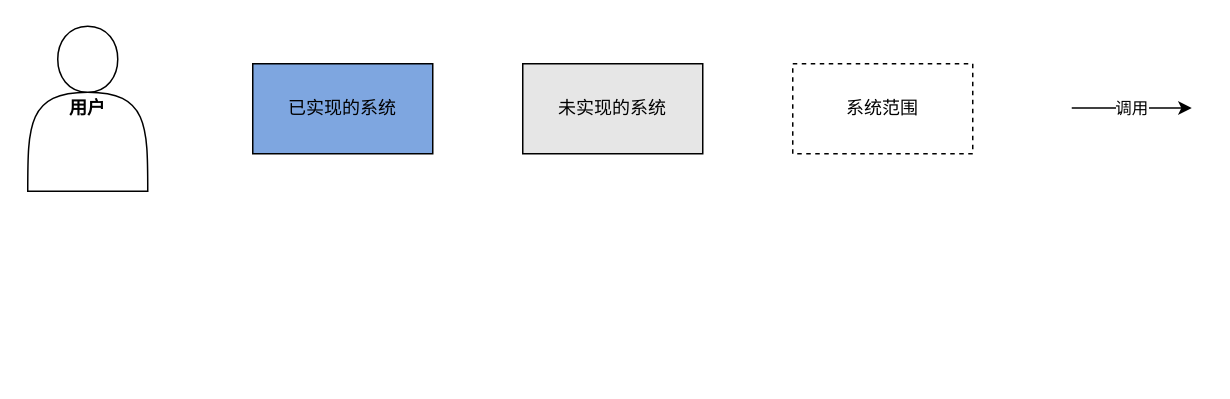
Earlier version of the draw.io diagram 下载管理系统/符号说明.drawio (cui2000/uml). Source tidied: cells renumbered, new cells numbered last; positions are measured from the earlier drawing's top-left corner, leaving out a move shared by most shapes. Both pictures are drawn from the tidied source at 150%, with x=0, y=0 at pixel (27, 26).
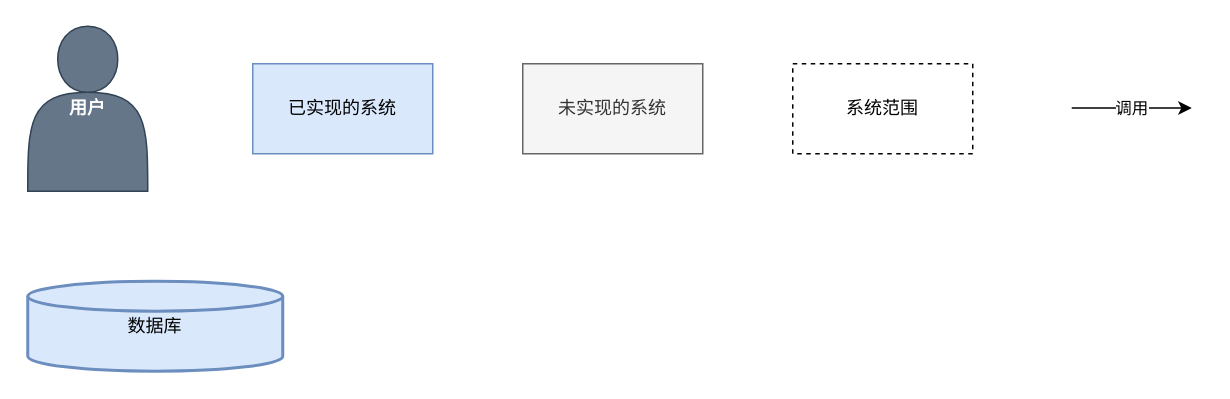
The same diagram, later.

Commit message:
更新符号说明.drawio

The edit, as a diff of the source:
```diff
@@
 <mxGraphModel>
   <root>
     <mxCell id="0" />
     <mxCell id="1" parent="0" />
-    <mxCell id="2" value="已实现的系统" style="rounded=0;whiteSpace=wrap;html=1;fillColor=#7EA6E0;" parent="1" vertex="1">
+    <mxCell id="2" value="已实现的系统" style="rounded=0;whiteSpace=wrap;html=1;fillColor=#dae8fc;strokeColor=#6c8ebf;" parent="1" vertex="1">
       <mxGeometry x="150" y="25" width="120" height="60" as="geometry" />
     </mxCell>
-    <mxCell id="3" value="&lt;b&gt;用户&lt;/b&gt;" style="shape=actor;whiteSpace=wrap;html=1;" parent="1" vertex="1">
+    <mxCell id="3" value="&lt;b&gt;用户&lt;/b&gt;" style="shape=actor;whiteSpace=wrap;html=1;fillColor=#647687;strokeColor=#314354;fontColor=#ffffff;" parent="1" vertex="1">
       <mxGeometry width="80" height="110" as="geometry" />
     </mxCell>
-    <mxCell id="4" value="未实现的系统" style="rounded=0;whiteSpace=wrap;html=1;fillColor=#E6E6E6;" parent="1" vertex="1">
+    <mxCell id="4" value="未实现的系统" style="rounded=0;whiteSpace=wrap;html=1;fillColor=#f5f5f5;strokeColor=#666666;fontColor=#333333;" parent="1" vertex="1">
       <mxGeometry x="330" y="25" width="120" height="60" as="geometry" />
     </mxCell>
     <mxCell id="5" value="系统范围" style="rounded=0;whiteSpace=wrap;html=1;fillColor=#FFFFFF;dashed=1;" parent="1" vertex="1">
       <mxGeometry x="510" y="25" width="120" height="60" as="geometry" />
     </mxCell>
     <mxCell id="6" value="调用" style="endArrow=classic;html=1;" parent="1" edge="1">
       <mxGeometry relative="1" as="geometry">
         <mxPoint x="696" y="54.5" as="sourcePoint" />
         <mxPoint x="776" y="54.5" as="targetPoint" />
       </mxGeometry>
     </mxCell>
+    <mxCell id="7" value="数据库" style="strokeWidth=2;html=1;shape=mxgraph.flowchart.database;whiteSpace=wrap;fillColor=#dae8fc;strokeColor=#6c8ebf;" parent="1" vertex="1">
+      <mxGeometry y="170" width="170" height="60" as="geometry" />
+    </mxCell>
   </root>
 </mxGraphModel>
```
